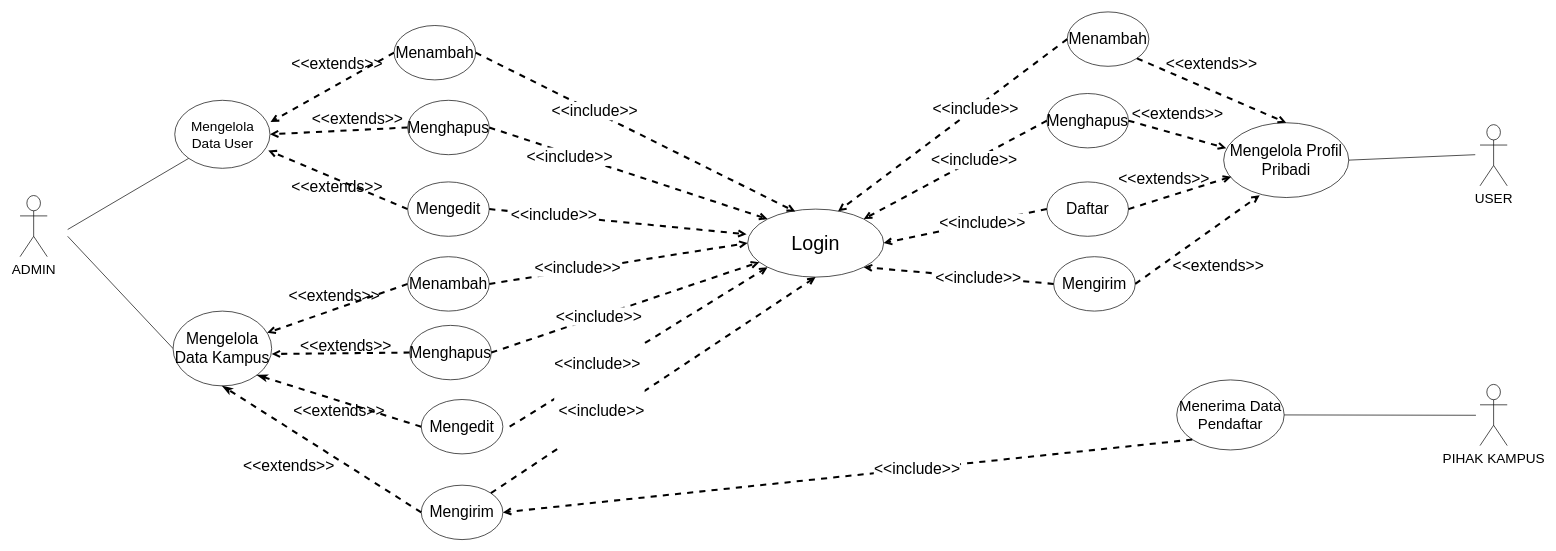
The draw.io diagram page "Use case" (1 of 2) of absi Diagram.drawio in dickisepto/pustaka-booking, before the edit. Source tidied: cells renumbered, new cells numbered last; positions are measured from the earlier drawing's top-left corner, leaving out a move shared by most shapes. Both pictures are drawn from the tidied source at 68%, with x=0, y=0 at pixel (20, 12).
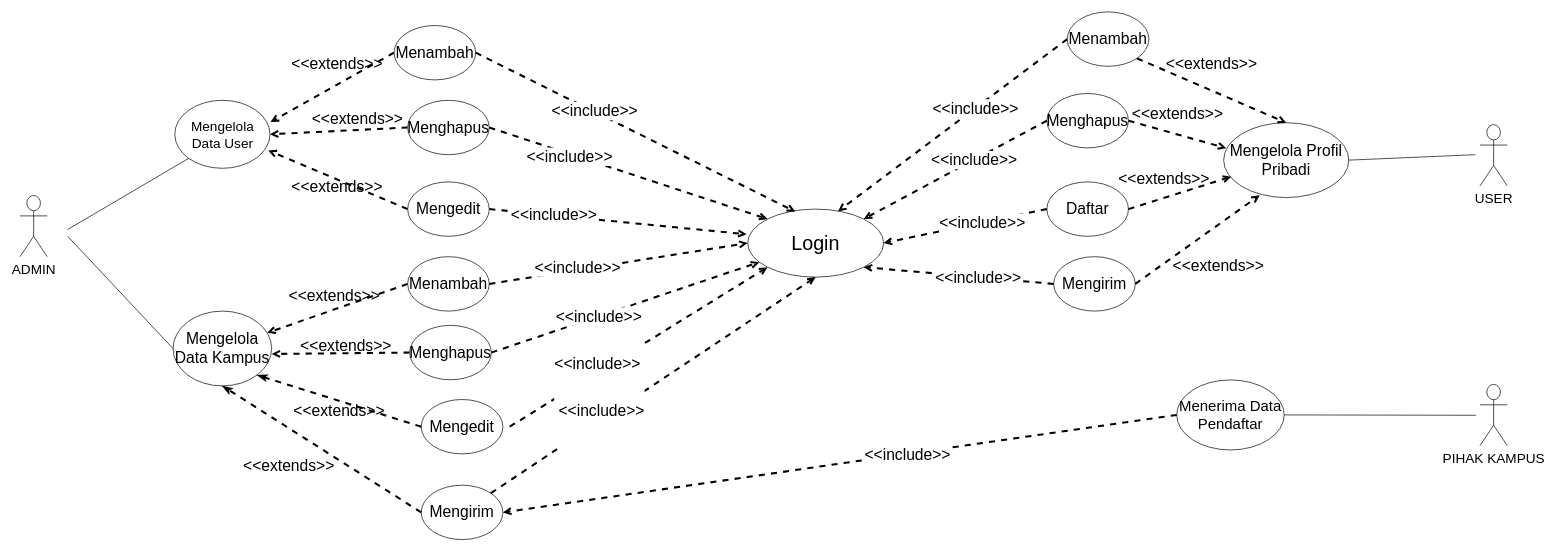
Above is the later version.

Unchanged cells that the change refers to:
```xml
<mxCell id="38" value="Menerima Data Pendaftar" style="ellipse;whiteSpace=wrap;html=1;fontSize=22;strokeColor=default;" parent="1" vertex="1">
  <mxGeometry x="1701" y="541.2" width="158" height="103" as="geometry" />
</mxCell>
<mxCell id="39" value="Mengirim" style="ellipse;whiteSpace=wrap;html=1;fontSize=23;" parent="1" vertex="1">
  <mxGeometry x="590" y="696" width="120" height="80" as="geometry" />
</mxCell>
```

Change to the diagram source:
```diff
@@
-    <mxCell id="42" style="endArrow=open;dashed=1;html=1;rounded=0;fontSize=23;strokeWidth=3;endFill=0;exitX=0;exitY=1;exitDx=0;exitDy=0;entryX=1;entryY=0.5;entryDx=0;entryDy=0;" parent="1" edge="1" source="38" target="39">
+    <mxCell id="42" style="endArrow=open;dashed=1;html=1;rounded=0;fontSize=23;strokeWidth=3;endFill=0;exitX=0;exitY=0.5;exitDx=0;exitDy=0;entryX=1;entryY=0.5;entryDx=0;entryDy=0;" parent="1" edge="1" source="38" target="39">
       <mxGeometry relative="1" as="geometry" />
     </mxCell>
```
